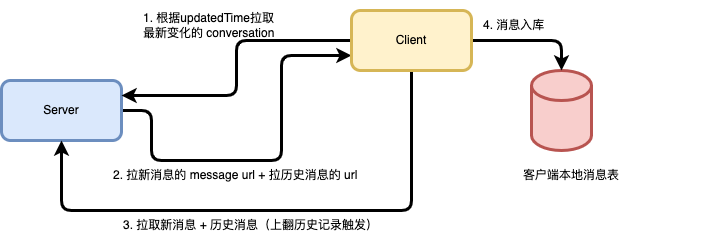
anriclee/diagramStorage keeps this draw.io diagram as loadNewMessages-img.drawio.png. Above is the earlier version. Source tidied: cells renumbered, new cells last; positions are measured from the earlier drawing's top-left corner, leaving out a move shared by most shapes. The source it was exported from:
```xml
<mxGraphModel>
  <root>
    <mxCell id="0" />
    <mxCell id="1" parent="0" />
    <mxCell id="2" style="shape=cylinder3;whiteSpace=wrap;html=1;boundedLbl=1;backgroundOutline=1;size=15;strokeWidth=3;fillColor=#f8cecc;strokeColor=#b85450;" parent="1" vertex="1">
      <mxGeometry x="530" y="70" width="60" height="80" as="geometry" />
    </mxCell>
    <mxCell id="3" style="edgeStyle=orthogonalEdgeStyle;rounded=1;jettySize=auto;html=1;entryX=0;entryY=0.75;entryDx=0;entryDy=0;exitX=1;exitY=0.5;exitDx=0;exitDy=0;strokeWidth=3;" parent="1" edge="1" source="4" target="8">
      <mxGeometry relative="1" as="geometry">
        <Array as="points">
          <mxPoint x="150" y="110" />
          <mxPoint x="150" y="160" />
          <mxPoint x="280" y="160" />
          <mxPoint x="280" y="55" />
        </Array>
      </mxGeometry>
    </mxCell>
    <mxCell id="4" value="Server" style="rounded=1;whiteSpace=wrap;html=1;strokeWidth=3;fillColor=#dae8fc;strokeColor=#6c8ebf;" parent="1" vertex="1">
      <mxGeometry y="80" width="120" height="60" as="geometry" />
    </mxCell>
    <mxCell id="5" style="edgeStyle=orthogonalEdgeStyle;rounded=1;jettySize=auto;html=1;entryX=1;entryY=0.25;entryDx=0;entryDy=0;strokeWidth=3;" parent="1" edge="1" source="8" target="4">
      <mxGeometry relative="1" as="geometry" />
    </mxCell>
    <mxCell id="6" style="edgeStyle=orthogonalEdgeStyle;rounded=1;jettySize=auto;html=1;entryX=0.5;entryY=1;entryDx=0;entryDy=0;strokeWidth=3;" parent="1" edge="1" source="8" target="4">
      <mxGeometry relative="1" as="geometry">
        <Array as="points">
          <mxPoint x="410" y="210" />
          <mxPoint x="60" y="210" />
        </Array>
      </mxGeometry>
    </mxCell>
    <mxCell id="7" style="edgeStyle=orthogonalEdgeStyle;rounded=1;jettySize=auto;html=1;entryX=0.5;entryY=0;entryDx=0;entryDy=0;entryPerimeter=0;strokeWidth=3;" parent="1" edge="1" source="8" target="2">
      <mxGeometry relative="1" as="geometry" />
    </mxCell>
    <mxCell id="8" value="Client" style="rounded=1;whiteSpace=wrap;html=1;strokeWidth=3;fillColor=#fff2cc;strokeColor=#d6b656;" parent="1" vertex="1">
      <mxGeometry x="350" y="10" width="120" height="60" as="geometry" />
    </mxCell>
    <mxCell id="9" value="客户端本地消息表" style="text;html=1;strokeColor=none;fillColor=none;align=center;verticalAlign=middle;whiteSpace=wrap;rounded=0;" parent="1" vertex="1">
      <mxGeometry x="520" y="160" width="100" height="30" as="geometry" />
    </mxCell>
    <mxCell id="10" value="1. 根据updatedTime拉取最新变化的 conversation" style="text;html=1;strokeColor=none;fillColor=none;align=left;verticalAlign=middle;whiteSpace=wrap;rounded=0;" parent="1" vertex="1">
      <mxGeometry x="140" width="140" height="50" as="geometry" />
    </mxCell>
    <mxCell id="11" value="2. 拉新消息的 message url + 拉历史消息的 url" style="text;html=1;strokeColor=none;fillColor=none;align=left;verticalAlign=middle;whiteSpace=wrap;rounded=0;" parent="1" vertex="1">
      <mxGeometry x="110" y="160" width="270" height="30" as="geometry" />
    </mxCell>
    <mxCell id="12" value="3. 拉取新消息 + 历史消息（上翻历史记录触发）" style="text;html=1;strokeColor=none;fillColor=none;align=left;verticalAlign=middle;whiteSpace=wrap;rounded=0;" parent="1" vertex="1">
      <mxGeometry x="120" y="210" width="270" height="30" as="geometry" />
    </mxCell>
    <mxCell id="13" value="4. 消息入库" style="text;html=1;strokeColor=none;fillColor=none;align=left;verticalAlign=middle;whiteSpace=wrap;rounded=0;" parent="1" vertex="1">
      <mxGeometry x="480" y="10" width="220" height="30" as="geometry" />
    </mxCell>
  </root>
</mxGraphModel>
```
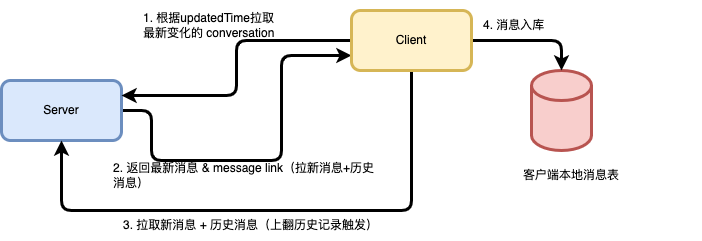
After the change.

What changed in the source:
```diff
@@ -41,7 +41,7 @@
     <mxCell id="10" value="1. 根据updatedTime拉取最新变化的 conversation" style="text;html=1;strokeColor=none;fillColor=none;align=left;verticalAlign=middle;whiteSpace=wrap;rounded=0;" parent="1" vertex="1">
       <mxGeometry x="140" width="140" height="50" as="geometry" />
     </mxCell>
-    <mxCell id="11" value="2. 拉新消息的 message url + 拉历史消息的 url" style="text;html=1;strokeColor=none;fillColor=none;align=left;verticalAlign=middle;whiteSpace=wrap;rounded=0;" parent="1" vertex="1">
+    <mxCell id="11" value="2. 返回最新消息 &amp;amp;&amp;nbsp;message link（拉新消息+历史消息）" style="text;html=1;strokeColor=none;fillColor=none;align=left;verticalAlign=middle;whiteSpace=wrap;rounded=0;" parent="1" vertex="1">
       <mxGeometry x="110" y="160" width="270" height="30" as="geometry" />
     </mxCell>
     <mxCell id="12" value="3. 拉取新消息 + 历史消息（上翻历史记录触发）" style="text;html=1;strokeColor=none;fillColor=none;align=left;verticalAlign=middle;whiteSpace=wrap;rounded=0;" parent="1" vertex="1">
```
